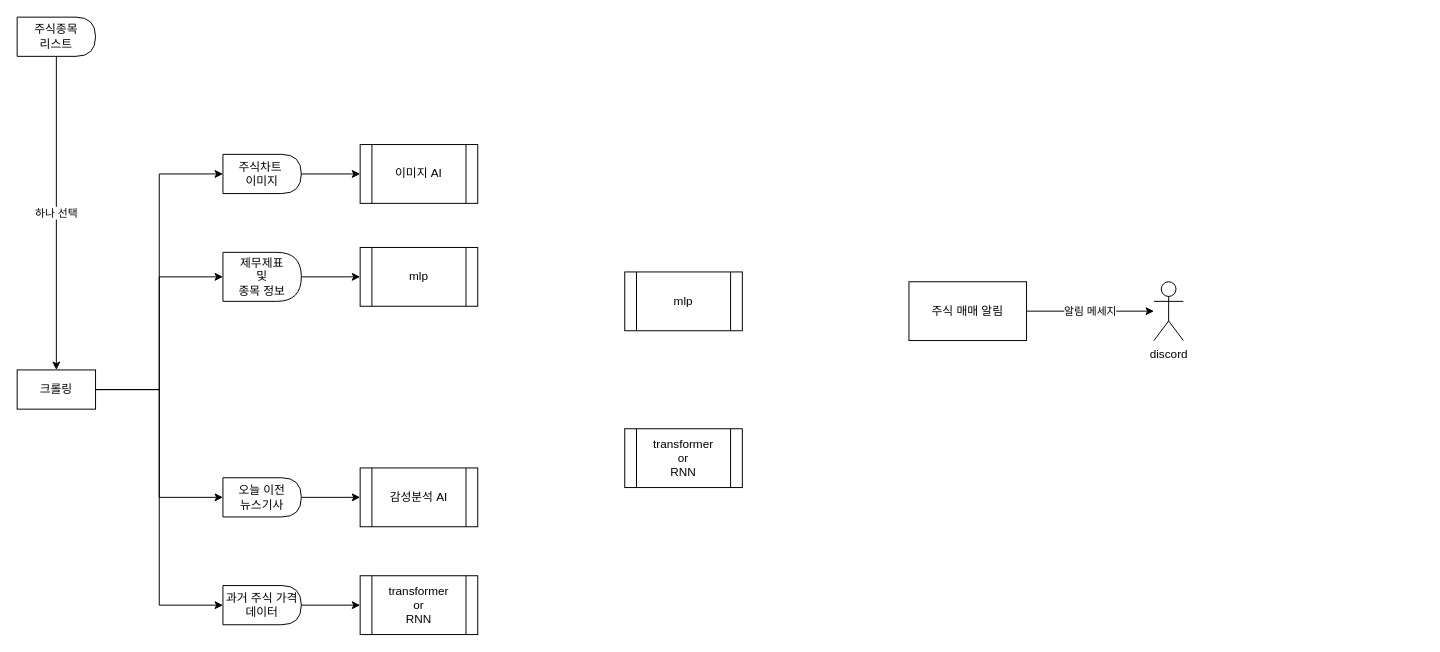
srejis/stock_auto keeps this draw.io diagram as 주식자동매매.drawio. Above is the earlier version. Source tidied: cells renumbered, new cells numbered last; positions are measured from the earlier drawing's top-left corner, leaving out a move shared by most shapes. Both pictures are drawn from the tidied source at 98%, with x=0, y=0 at pixel (17, 17).
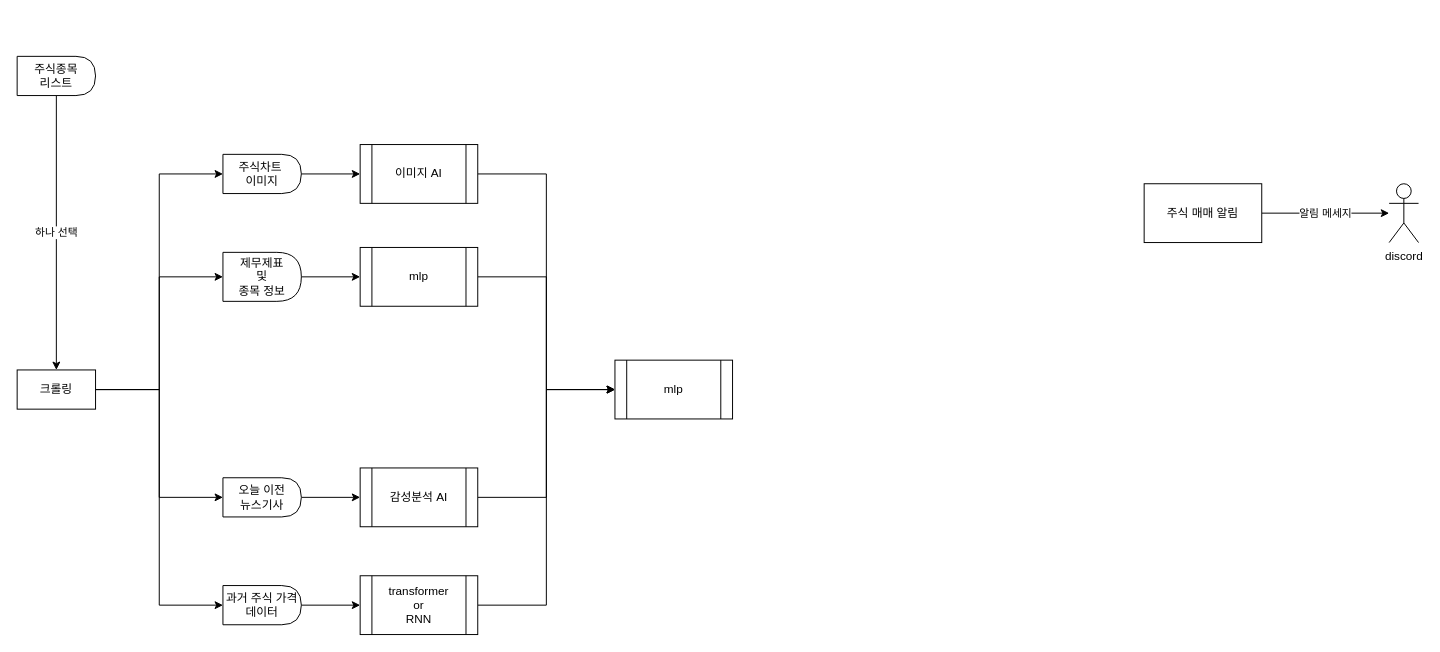
Above is the later version.

Commit message (it also covers changes not shown here):
주식자동매매.drawio 업데이트

Unchanged cells that the change refers to:
```xml
<mxCell id="16" value="감성분석 AI" style="shape=process;whiteSpace=wrap;html=1;backgroundOutline=1;" parent="1" vertex="1">
  <mxGeometry x="350" y="460" width="120" height="60" as="geometry" />
</mxCell>
<mxCell id="17" value="이미지 AI" style="shape=process;whiteSpace=wrap;html=1;backgroundOutline=1;" parent="1" vertex="1">
  <mxGeometry x="350" y="130" width="120" height="60" as="geometry" />
</mxCell>
<mxCell id="19" value="transformer&lt;div&gt;or&lt;br&gt;&lt;div&gt;RNN&lt;/div&gt;&lt;/div&gt;" style="shape=process;whiteSpace=wrap;html=1;backgroundOutline=1;" parent="1" vertex="1">
  <mxGeometry x="350" y="570" width="120" height="60" as="geometry" />
</mxCell>
<mxCell id="21" value="mlp" style="shape=process;whiteSpace=wrap;html=1;backgroundOutline=1;" parent="1" vertex="1">
  <mxGeometry x="350" y="235" width="120" height="60" as="geometry" />
</mxCell>
```

Diff of the diagram source:
```diff
@@
     <mxCell id="2" value="discord" style="shape=umlActor;verticalLabelPosition=bottom;verticalAlign=top;html=1;outlineConnect=0;" parent="1" vertex="1">
-      <mxGeometry x="1160" y="270" width="30" height="60" as="geometry" />
+      <mxGeometry x="1400" y="170" width="30" height="60" as="geometry" />
     </mxCell>
@@
     <mxCell id="4" value="주식 매매 알림" style="rounded=0;whiteSpace=wrap;html=1;" parent="1" vertex="1">
-      <mxGeometry x="910" y="270" width="120" height="60" as="geometry" />
+      <mxGeometry x="1150" y="170" width="120" height="60" as="geometry" />
     </mxCell>
@@
     <mxCell id="7" value="주식종목&lt;div&gt;리스트&lt;/div&gt;" style="shape=delay;whiteSpace=wrap;html=1;" parent="1" vertex="1">
-      <mxGeometry width="80" height="40" as="geometry" />
+      <mxGeometry y="40" width="80" height="40" as="geometry" />
     </mxCell>
@@
+    <mxCell id="27" style="edgeStyle=orthogonalEdgeStyle;rounded=0;jettySize=auto;html=1;exitX=1;exitY=0.5;exitDx=0;exitDy=0;entryX=0;entryY=0.5;entryDx=0;entryDy=0;" parent="1" edge="1" source="16" target="18">
+      <mxGeometry relative="1" as="geometry" />
+    </mxCell>
@@
+    <mxCell id="28" style="edgeStyle=orthogonalEdgeStyle;rounded=0;jettySize=auto;html=1;exitX=1;exitY=0.5;exitDx=0;exitDy=0;entryX=0;entryY=0.5;entryDx=0;entryDy=0;" parent="1" edge="1" source="17" target="18">
+      <mxGeometry relative="1" as="geometry" />
+    </mxCell>
@@
     <mxCell id="18" value="mlp" style="shape=process;whiteSpace=wrap;html=1;backgroundOutline=1;" parent="1" vertex="1">
-      <mxGeometry x="620" y="260" width="120" height="60" as="geometry" />
+      <mxGeometry x="610" y="350" width="120" height="60" as="geometry" />
     </mxCell>
+    <mxCell id="29" style="edgeStyle=orthogonalEdgeStyle;rounded=0;jettySize=auto;html=1;exitX=1;exitY=0.5;exitDx=0;exitDy=0;entryX=0;entryY=0.5;entryDx=0;entryDy=0;" parent="1" edge="1" source="19" target="18">
+      <mxGeometry relative="1" as="geometry" />
+    </mxCell>
@@
-    <mxCell id="20" value="transformer&lt;div&gt;or&lt;br&gt;&lt;div&gt;RNN&lt;/div&gt;&lt;/div&gt;" style="shape=process;whiteSpace=wrap;html=1;backgroundOutline=1;" parent="1" vertex="1">
-      <mxGeometry x="620" y="420" width="120" height="60" as="geometry" />
-    </mxCell>
+    <mxCell id="30" style="edgeStyle=orthogonalEdgeStyle;rounded=0;jettySize=auto;html=1;exitX=1;exitY=0.5;exitDx=0;exitDy=0;entryX=0;entryY=0.5;entryDx=0;entryDy=0;" parent="1" edge="1" source="21" target="18">
+      <mxGeometry relative="1" as="geometry" />
+    </mxCell>
```
